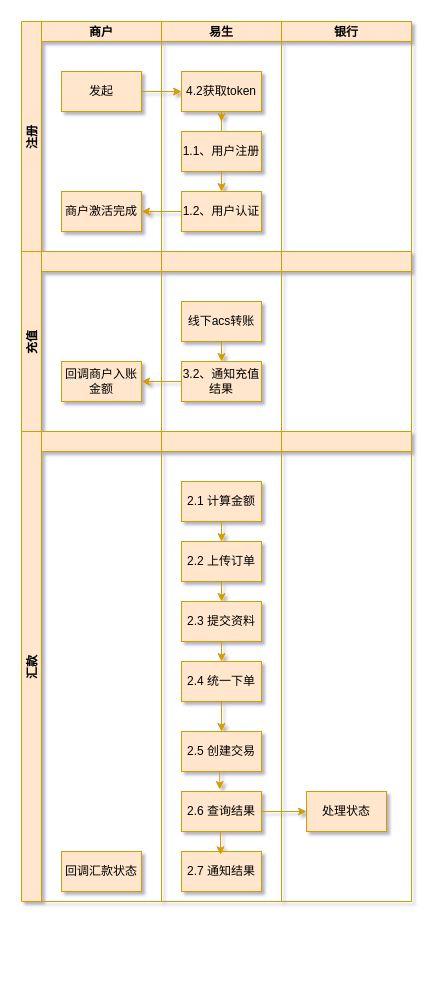
Before: 购付汇业务流程.drawio in gao888888/bolg, a draw.io diagram. Source tidied: cells renumbered, new cells numbered last; positions are measured from the earlier drawing's top-left corner, leaving out a move shared by most shapes. Both pictures are drawn from the tidied source at 100%, with x=0, y=0 at pixel (21, 21).
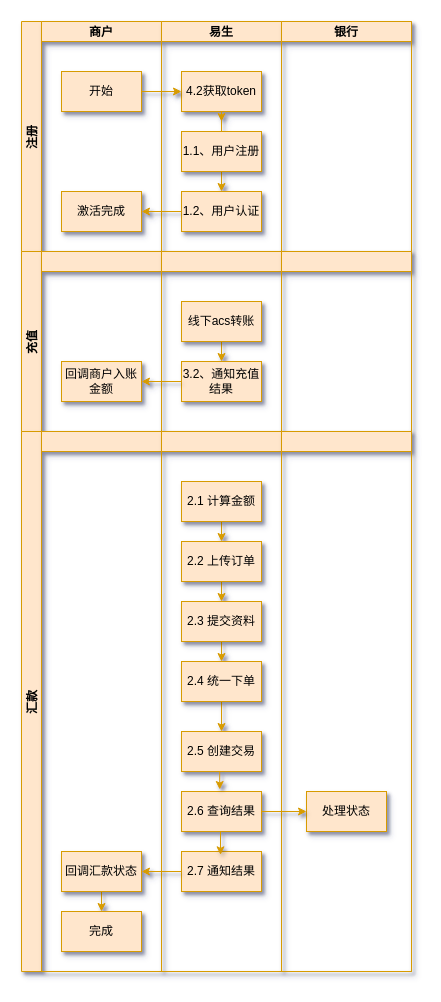
Above is the later version.

Commit message (it also covers changes not shown here):
更新购付汇业务流程.drawio

The edit, as a diff of the source:
```diff
@@
-    <mxCell id="2" value="注册" style="swimlane;startSize=20;horizontal=0;fillColor=#ffe6cc;strokeColor=#d79b00;" parent="1" vertex="1">
+    <mxCell id="2" value="注册" style="swimlane;startSize=20;horizontal=0;fillColor=#ffe6cc;strokeColor=#d79b00;shadow=1;" parent="1" vertex="1">
       <mxGeometry width="390" height="230" as="geometry" />
     </mxCell>
-    <mxCell id="3" value="商户" style="swimlane;startSize=20;fillColor=#ffe6cc;strokeColor=#d79b00;" parent="2" vertex="1">
+    <mxCell id="3" value="商户" style="swimlane;startSize=20;fillColor=#ffe6cc;strokeColor=#d79b00;shadow=1;" parent="2" vertex="1">
       <mxGeometry x="20" width="120" height="230" as="geometry" />
     </mxCell>
-    <mxCell id="4" value="发起" style="rounded=0;whiteSpace=wrap;html=1;fillColor=#ffe6cc;strokeColor=#d79b00;" parent="3" vertex="1">
+    <mxCell id="4" value="开始" style="rounded=0;whiteSpace=wrap;html=1;fillColor=#ffe6cc;strokeColor=#d79b00;shadow=1;" parent="3" vertex="1">
       <mxGeometry x="20" y="50" width="80" height="40" as="geometry" />
     </mxCell>
-    <mxCell id="5" value="商户激活完成" style="rounded=0;whiteSpace=wrap;html=1;fillColor=#ffe6cc;strokeColor=#d79b00;" parent="3" vertex="1">
+    <mxCell id="5" value="激活完成" style="rounded=0;whiteSpace=wrap;html=1;fillColor=#ffe6cc;strokeColor=#d79b00;shadow=1;" parent="3" vertex="1">
       <mxGeometry x="20" y="170" width="80" height="40" as="geometry" />
     </mxCell>
-    <mxCell id="6" value="易生" style="swimlane;startSize=20;fillColor=#ffe6cc;strokeColor=#d79b00;" parent="2" vertex="1">
+    <mxCell id="6" value="易生" style="swimlane;startSize=20;fillColor=#ffe6cc;strokeColor=#d79b00;shadow=1;" parent="2" vertex="1">
       <mxGeometry x="140" width="120" height="230" as="geometry" />
     </mxCell>
-    <mxCell id="7" value="4.2获取token" style="rounded=0;whiteSpace=wrap;html=1;fillColor=#ffe6cc;strokeColor=#d79b00;" parent="6" vertex="1">
+    <mxCell id="7" value="4.2获取token" style="rounded=0;whiteSpace=wrap;html=1;fillColor=#ffe6cc;strokeColor=#d79b00;shadow=1;" parent="6" vertex="1">
       <mxGeometry x="20" y="50" width="80" height="40" as="geometry" />
     </mxCell>
-    <mxCell id="8" style="edgeStyle=orthogonalEdgeStyle;rounded=0;jettySize=auto;html=1;fillColor=#ffe6cc;strokeColor=#d79b00;" parent="6" edge="1" source="10">
+    <mxCell id="8" style="edgeStyle=orthogonalEdgeStyle;rounded=0;jettySize=auto;html=1;fillColor=#ffe6cc;strokeColor=#d79b00;shadow=1;" parent="6" edge="1" source="10">
       <mxGeometry relative="1" as="geometry">
         <mxPoint x="60" y="100" as="targetPoint" />
       </mxGeometry>
     </mxCell>
-    <mxCell id="9" style="edgeStyle=orthogonalEdgeStyle;rounded=0;jettySize=auto;html=1;exitX=0.5;exitY=1;exitDx=0;exitDy=0;entryX=0.5;entryY=0;entryDx=0;entryDy=0;fillColor=#ffe6cc;strokeColor=#d79b00;" parent="6" edge="1" source="10" target="11">
+    <mxCell id="9" style="edgeStyle=orthogonalEdgeStyle;rounded=0;jettySize=auto;html=1;exitX=0.5;exitY=1;exitDx=0;exitDy=0;entryX=0.5;entryY=0;entryDx=0;entryDy=0;fillColor=#ffe6cc;strokeColor=#d79b00;shadow=1;" parent="6" edge="1" source="10" target="11">
       <mxGeometry relative="1" as="geometry" />
     </mxCell>
-    <mxCell id="10" value="1.1、用户注册" style="rounded=0;whiteSpace=wrap;html=1;fillColor=#ffe6cc;strokeColor=#d79b00;" parent="6" vertex="1">
+    <mxCell id="10" value="1.1、用户注册" style="rounded=0;whiteSpace=wrap;html=1;fillColor=#ffe6cc;strokeColor=#d79b00;shadow=1;" parent="6" vertex="1">
       <mxGeometry x="20" y="110" width="80" height="40" as="geometry" />
     </mxCell>
-    <mxCell id="11" value="1.2、用户认证" style="rounded=0;whiteSpace=wrap;html=1;fillColor=#ffe6cc;strokeColor=#d79b00;" parent="6" vertex="1">
+    <mxCell id="11" value="1.2、用户认证" style="rounded=0;whiteSpace=wrap;html=1;fillColor=#ffe6cc;strokeColor=#d79b00;shadow=1;" parent="6" vertex="1">
       <mxGeometry x="20" y="170" width="80" height="40" as="geometry" />
     </mxCell>
-    <mxCell id="12" value="银行" style="swimlane;startSize=20;fillColor=#ffe6cc;strokeColor=#d79b00;" parent="2" vertex="1">
+    <mxCell id="12" value="银行" style="swimlane;startSize=20;fillColor=#ffe6cc;strokeColor=#d79b00;shadow=1;" parent="2" vertex="1">
       <mxGeometry x="260" width="130" height="230" as="geometry" />
     </mxCell>
-    <mxCell id="13" style="edgeStyle=orthogonalEdgeStyle;rounded=0;jettySize=auto;html=1;fillColor=#ffe6cc;strokeColor=#d79b00;" parent="2" edge="1" source="4" target="7">
+    <mxCell id="13" style="edgeStyle=orthogonalEdgeStyle;rounded=0;jettySize=auto;html=1;fillColor=#ffe6cc;strokeColor=#d79b00;shadow=1;" parent="2" edge="1" source="4" target="7">
       <mxGeometry relative="1" as="geometry" />
     </mxCell>
-    <mxCell id="14" style="edgeStyle=orthogonalEdgeStyle;rounded=0;jettySize=auto;html=1;fillColor=#ffe6cc;strokeColor=#d79b00;" parent="2" edge="1" source="11" target="5">
+    <mxCell id="14" style="edgeStyle=orthogonalEdgeStyle;rounded=0;jettySize=auto;html=1;fillColor=#ffe6cc;strokeColor=#d79b00;shadow=1;" parent="2" edge="1" source="11" target="5">
       <mxGeometry relative="1" as="geometry" />
     </mxCell>
-    <mxCell id="15" value="充值" style="swimlane;startSize=20;horizontal=0;fillColor=#ffe6cc;strokeColor=#d79b00;" parent="1" vertex="1">
+    <mxCell id="15" value="充值" style="swimlane;startSize=20;horizontal=0;fillColor=#ffe6cc;strokeColor=#d79b00;shadow=1;" parent="1" vertex="1">
       <mxGeometry y="230" width="390" height="180" as="geometry" />
     </mxCell>
-    <mxCell id="16" style="swimlane;startSize=20;fillColor=#ffe6cc;strokeColor=#d79b00;" parent="15" vertex="1">
+    <mxCell id="16" style="swimlane;startSize=20;fillColor=#ffe6cc;strokeColor=#d79b00;shadow=1;" parent="15" vertex="1">
       <mxGeometry x="20" width="120" height="180" as="geometry" />
     </mxCell>
-    <mxCell id="17" value="回调商户入账金额" style="rounded=0;whiteSpace=wrap;html=1;fillColor=#ffe6cc;strokeColor=#d79b00;" parent="16" vertex="1">
+    <mxCell id="17" value="回调商户入账金额" style="rounded=0;whiteSpace=wrap;html=1;fillColor=#ffe6cc;strokeColor=#d79b00;shadow=1;" parent="16" vertex="1">
       <mxGeometry x="20" y="110" width="80" height="40" as="geometry" />
     </mxCell>
-    <mxCell id="18" style="swimlane;startSize=20;fillColor=#ffe6cc;strokeColor=#d79b00;" parent="15" vertex="1">
+    <mxCell id="18" style="swimlane;startSize=20;fillColor=#ffe6cc;strokeColor=#d79b00;shadow=1;" parent="15" vertex="1">
       <mxGeometry x="140" width="120" height="180" as="geometry" />
     </mxCell>
-    <mxCell id="19" style="edgeStyle=orthogonalEdgeStyle;rounded=0;jettySize=auto;html=1;exitX=0.5;exitY=1;exitDx=0;exitDy=0;entryX=0.5;entryY=0;entryDx=0;entryDy=0;fillColor=#ffe6cc;strokeColor=#d79b00;" parent="18" edge="1" source="20" target="21">
+    <mxCell id="19" style="edgeStyle=orthogonalEdgeStyle;rounded=0;jettySize=auto;html=1;exitX=0.5;exitY=1;exitDx=0;exitDy=0;entryX=0.5;entryY=0;entryDx=0;entryDy=0;fillColor=#ffe6cc;strokeColor=#d79b00;shadow=1;" parent="18" edge="1" source="20" target="21">
       <mxGeometry relative="1" as="geometry" />
     </mxCell>
-    <mxCell id="20" value="线下acs转账" style="rounded=0;whiteSpace=wrap;html=1;fillColor=#ffe6cc;strokeColor=#d79b00;" parent="18" vertex="1">
+    <mxCell id="20" value="线下acs转账" style="rounded=0;whiteSpace=wrap;html=1;fillColor=#ffe6cc;strokeColor=#d79b00;shadow=1;" parent="18" vertex="1">
       <mxGeometry x="20" y="50" width="80" height="40" as="geometry" />
     </mxCell>
-    <mxCell id="21" value="3.2、通知充值结果" style="rounded=0;whiteSpace=wrap;html=1;fillColor=#ffe6cc;strokeColor=#d79b00;" parent="18" vertex="1">
+    <mxCell id="21" value="3.2、通知充值结果" style="rounded=0;whiteSpace=wrap;html=1;fillColor=#ffe6cc;strokeColor=#d79b00;shadow=1;" parent="18" vertex="1">
       <mxGeometry x="20" y="110" width="80" height="40" as="geometry" />
     </mxCell>
-    <mxCell id="22" style="swimlane;startSize=20;fillColor=#ffe6cc;strokeColor=#d79b00;" parent="15" vertex="1">
+    <mxCell id="22" style="swimlane;startSize=20;fillColor=#ffe6cc;strokeColor=#d79b00;shadow=1;" parent="15" vertex="1">
       <mxGeometry x="260" width="130" height="180" as="geometry" />
     </mxCell>
-    <mxCell id="23" style="edgeStyle=orthogonalEdgeStyle;rounded=0;jettySize=auto;html=1;fillColor=#ffe6cc;strokeColor=#d79b00;" parent="15" edge="1" source="21" target="17">
+    <mxCell id="23" style="edgeStyle=orthogonalEdgeStyle;rounded=0;jettySize=auto;html=1;fillColor=#ffe6cc;strokeColor=#d79b00;shadow=1;" parent="15" edge="1" source="21" target="17">
       <mxGeometry relative="1" as="geometry" />
     </mxCell>
-    <mxCell id="24" value="汇款" style="swimlane;startSize=20;horizontal=0;fillColor=#ffe6cc;strokeColor=#d79b00;" parent="1" vertex="1">
-      <mxGeometry y="410" width="390" height="470" as="geometry" />
+    <mxCell id="24" value="汇款" style="swimlane;startSize=20;horizontal=0;fillColor=#ffe6cc;strokeColor=#d79b00;shadow=1;" parent="1" vertex="1">
+      <mxGeometry y="410" width="390" height="540" as="geometry" />
     </mxCell>
-    <mxCell id="25" style="swimlane;startSize=20;fillColor=#ffe6cc;strokeColor=#d79b00;" parent="24" vertex="1">
-      <mxGeometry x="20" width="120" height="470" as="geometry" />
+    <mxCell id="25" style="swimlane;startSize=20;fillColor=#ffe6cc;strokeColor=#d79b00;shadow=1;" parent="24" vertex="1">
+      <mxGeometry x="20" width="120" height="540" as="geometry" />
     </mxCell>
+    <mxCell id="44" style="edgeStyle=orthogonalEdgeStyle;rounded=0;jettySize=auto;html=1;exitX=0.5;exitY=1;exitDx=0;exitDy=0;entryX=0.5;entryY=0;entryDx=0;entryDy=0;fillColor=#ffe6cc;strokeColor=#d79b00;shadow=1;" parent="25" edge="1" source="26" target="45">
+      <mxGeometry relative="1" as="geometry" />
+    </mxCell>
-    <mxCell id="26" value="回调汇款状态" style="rounded=0;whiteSpace=wrap;html=1;fillColor=#ffe6cc;strokeColor=#d79b00;" parent="25" vertex="1">
+    <mxCell id="26" value="回调汇款状态" style="rounded=0;whiteSpace=wrap;html=1;fillColor=#ffe6cc;strokeColor=#d79b00;shadow=1;" parent="25" vertex="1">
       <mxGeometry x="20" y="420" width="80" height="40" as="geometry" />
     </mxCell>
+    <mxCell id="45" value="完成" style="rounded=0;whiteSpace=wrap;html=1;fillColor=#ffe6cc;strokeColor=#d79b00;shadow=1;" parent="25" vertex="1">
+      <mxGeometry x="20" y="480" width="80" height="40" as="geometry" />
+    </mxCell>
+    <mxCell id="46" style="edgeStyle=orthogonalEdgeStyle;rounded=0;orthogonalLoop=1;jettySize=auto;html=1;exitX=0.5;exitY=1;exitDx=0;exitDy=0;fillColor=#ffe6cc;strokeColor=#d79b00;shadow=1;" parent="25" edge="1" source="45" target="45">
+      <mxGeometry relative="1" as="geometry" />
+    </mxCell>
-    <mxCell id="27" style="swimlane;startSize=20;fillColor=#ffe6cc;strokeColor=#d79b00;" parent="24" vertex="1">
-      <mxGeometry x="140" width="120" height="470" as="geometry" />
+    <mxCell id="27" style="swimlane;startSize=20;fillColor=#ffe6cc;strokeColor=#d79b00;shadow=1;" parent="24" vertex="1">
+      <mxGeometry x="140" width="120" height="540" as="geometry" />
     </mxCell>
-    <mxCell id="28" style="edgeStyle=orthogonalEdgeStyle;rounded=0;jettySize=auto;html=1;exitX=0.5;exitY=1;exitDx=0;exitDy=0;entryX=0.5;entryY=0;entryDx=0;entryDy=0;fillColor=#ffe6cc;strokeColor=#d79b00;" parent="27" edge="1" source="29" target="31">
+    <mxCell id="28" style="edgeStyle=orthogonalEdgeStyle;rounded=0;jettySize=auto;html=1;exitX=0.5;exitY=1;exitDx=0;exitDy=0;entryX=0.5;entryY=0;entryDx=0;entryDy=0;fillColor=#ffe6cc;strokeColor=#d79b00;shadow=1;" parent="27" edge="1" source="29" target="31">
       <mxGeometry relative="1" as="geometry" />
     </mxCell>
-    <mxCell id="29" value="2.1 计算金额" style="rounded=0;whiteSpace=wrap;html=1;fillColor=#ffe6cc;strokeColor=#d79b00;" parent="27" vertex="1">
+    <mxCell id="29" value="2.1 计算金额" style="rounded=0;whiteSpace=wrap;html=1;fillColor=#ffe6cc;strokeColor=#d79b00;shadow=1;" parent="27" vertex="1">
       <mxGeometry x="20" y="50" width="80" height="40" as="geometry" />
     </mxCell>
-    <mxCell id="30" style="edgeStyle=orthogonalEdgeStyle;rounded=0;jettySize=auto;html=1;exitX=0.5;exitY=1;exitDx=0;exitDy=0;entryX=0.5;entryY=0;entryDx=0;entryDy=0;fillColor=#ffe6cc;strokeColor=#d79b00;" parent="27" edge="1" source="31" target="33">
+    <mxCell id="30" style="edgeStyle=orthogonalEdgeStyle;rounded=0;jettySize=auto;html=1;exitX=0.5;exitY=1;exitDx=0;exitDy=0;entryX=0.5;entryY=0;entryDx=0;entryDy=0;fillColor=#ffe6cc;strokeColor=#d79b00;shadow=1;" parent="27" edge="1" source="31" target="33">
       <mxGeometry relative="1" as="geometry" />
     </mxCell>
-    <mxCell id="31" value="2.2 上传订单" style="rounded=0;whiteSpace=wrap;html=1;fillColor=#ffe6cc;strokeColor=#d79b00;" parent="27" vertex="1">
+    <mxCell id="31" value="2.2 上传订单" style="rounded=0;whiteSpace=wrap;html=1;fillColor=#ffe6cc;strokeColor=#d79b00;shadow=1;" parent="27" vertex="1">
       <mxGeometry x="20" y="110" width="80" height="40" as="geometry" />
     </mxCell>
-    <mxCell id="32" style="edgeStyle=orthogonalEdgeStyle;rounded=0;jettySize=auto;html=1;exitX=0.5;exitY=1;exitDx=0;exitDy=0;entryX=0.5;entryY=0;entryDx=0;entryDy=0;fillColor=#ffe6cc;strokeColor=#d79b00;" parent="27" edge="1" source="33" target="35">
+    <mxCell id="32" style="edgeStyle=orthogonalEdgeStyle;rounded=0;jettySize=auto;html=1;exitX=0.5;exitY=1;exitDx=0;exitDy=0;entryX=0.5;entryY=0;entryDx=0;entryDy=0;fillColor=#ffe6cc;strokeColor=#d79b00;shadow=1;" parent="27" edge="1" source="33" target="35">
       <mxGeometry relative="1" as="geometry" />
     </mxCell>
-    <mxCell id="33" value="2.3 提交资料" style="rounded=0;whiteSpace=wrap;html=1;fillColor=#ffe6cc;strokeColor=#d79b00;" parent="27" vertex="1">
+    <mxCell id="33" value="2.3 提交资料" style="rounded=0;whiteSpace=wrap;html=1;fillColor=#ffe6cc;strokeColor=#d79b00;shadow=1;" parent="27" vertex="1">
       <mxGeometry x="20" y="170" width="80" height="40" as="geometry" />
     </mxCell>
-    <mxCell id="34" style="edgeStyle=orthogonalEdgeStyle;rounded=0;jettySize=auto;html=1;exitX=0.5;exitY=1;exitDx=0;exitDy=0;entryX=0.5;entryY=0;entryDx=0;entryDy=0;fillColor=#ffe6cc;strokeColor=#d79b00;" parent="27" edge="1" source="35">
+    <mxCell id="34" style="edgeStyle=orthogonalEdgeStyle;rounded=0;jettySize=auto;html=1;exitX=0.5;exitY=1;exitDx=0;exitDy=0;entryX=0.5;entryY=0;entryDx=0;entryDy=0;fillColor=#ffe6cc;strokeColor=#d79b00;shadow=1;" parent="27" edge="1" source="35">
       <mxGeometry relative="1" as="geometry">
         <mxPoint x="60" y="300" as="targetPoint" />
       </mxGeometry>
     </mxCell>
-    <mxCell id="35" value="2.4 统一下单" style="rounded=0;whiteSpace=wrap;html=1;fillColor=#ffe6cc;strokeColor=#d79b00;" parent="27" vertex="1">
+    <mxCell id="35" value="2.4 统一下单" style="rounded=0;whiteSpace=wrap;html=1;fillColor=#ffe6cc;strokeColor=#d79b00;shadow=1;" parent="27" vertex="1">
       <mxGeometry x="20" y="230" width="80" height="40" as="geometry" />
     </mxCell>
-    <mxCell id="36" value="2.5 创建交易" style="rounded=0;whiteSpace=wrap;html=1;fillColor=#ffe6cc;strokeColor=#d79b00;" parent="27" vertex="1">
+    <mxCell id="36" value="2.5 创建交易" style="rounded=0;whiteSpace=wrap;html=1;fillColor=#ffe6cc;strokeColor=#d79b00;shadow=1;" parent="27" vertex="1">
       <mxGeometry x="20" y="300" width="80" height="40" as="geometry" />
     </mxCell>
-    <mxCell id="37" value="2.6 查询结果" style="rounded=0;whiteSpace=wrap;html=1;fillColor=#ffe6cc;strokeColor=#d79b00;" parent="27" vertex="1">
+    <mxCell id="37" value="2.6 查询结果" style="rounded=0;whiteSpace=wrap;html=1;fillColor=#ffe6cc;strokeColor=#d79b00;shadow=1;" parent="27" vertex="1">
       <mxGeometry x="20" y="360" width="80" height="40" as="geometry" />
     </mxCell>
-    <mxCell id="38" style="edgeStyle=orthogonalEdgeStyle;rounded=0;jettySize=auto;html=1;exitX=0.5;exitY=1;exitDx=0;exitDy=0;entryX=0.478;entryY=-0.05;entryDx=0;entryDy=0;entryPerimeter=0;fillColor=#ffe6cc;strokeColor=#d79b00;" parent="27" edge="1" source="36" target="37">
+    <mxCell id="38" style="edgeStyle=orthogonalEdgeStyle;rounded=0;jettySize=auto;html=1;exitX=0.5;exitY=1;exitDx=0;exitDy=0;entryX=0.478;entryY=-0.05;entryDx=0;entryDy=0;entryPerimeter=0;fillColor=#ffe6cc;strokeColor=#d79b00;shadow=1;" parent="27" edge="1" source="36" target="37">
       <mxGeometry relative="1" as="geometry" />
     </mxCell>
-    <mxCell id="39" value="2.7 通知结果" style="rounded=0;whiteSpace=wrap;html=1;fillColor=#ffe6cc;strokeColor=#d79b00;" parent="27" vertex="1">
+    <mxCell id="39" value="2.7 通知结果" style="rounded=0;whiteSpace=wrap;html=1;fillColor=#ffe6cc;strokeColor=#d79b00;shadow=1;" parent="27" vertex="1">
       <mxGeometry x="20" y="420" width="80" height="40" as="geometry" />
     </mxCell>
-    <mxCell id="40" style="edgeStyle=orthogonalEdgeStyle;rounded=0;jettySize=auto;html=1;exitX=0.5;exitY=1;exitDx=0;exitDy=0;entryX=0.488;entryY=0.083;entryDx=0;entryDy=0;entryPerimeter=0;fillColor=#ffe6cc;strokeColor=#d79b00;" parent="27" edge="1" source="37" target="39">
+    <mxCell id="40" style="edgeStyle=orthogonalEdgeStyle;rounded=0;jettySize=auto;html=1;exitX=0.5;exitY=1;exitDx=0;exitDy=0;entryX=0.488;entryY=0.083;entryDx=0;entryDy=0;entryPerimeter=0;fillColor=#ffe6cc;strokeColor=#d79b00;shadow=1;" parent="27" edge="1" source="37" target="39">
       <mxGeometry relative="1" as="geometry" />
     </mxCell>
-    <mxCell id="41" style="swimlane;startSize=20;fillColor=#ffe6cc;strokeColor=#d79b00;" parent="24" vertex="1">
-      <mxGeometry x="260" width="130" height="470" as="geometry" />
+    <mxCell id="41" style="swimlane;startSize=20;fillColor=#ffe6cc;strokeColor=#d79b00;shadow=1;" parent="24" vertex="1">
+      <mxGeometry x="260" width="130" height="540" as="geometry" />
     </mxCell>
-    <mxCell id="42" value="处理状态" style="rounded=0;whiteSpace=wrap;html=1;fillColor=#ffe6cc;strokeColor=#d79b00;" parent="41" vertex="1">
+    <mxCell id="42" value="处理状态" style="rounded=0;whiteSpace=wrap;html=1;fillColor=#ffe6cc;strokeColor=#d79b00;shadow=1;" parent="41" vertex="1">
       <mxGeometry x="25" y="360" width="80" height="40" as="geometry" />
     </mxCell>
-    <mxCell id="43" style="edgeStyle=orthogonalEdgeStyle;rounded=0;jettySize=auto;html=1;fillColor=#ffe6cc;strokeColor=#d79b00;" parent="24" edge="1" source="37" target="42">
+    <mxCell id="43" style="edgeStyle=orthogonalEdgeStyle;rounded=0;jettySize=auto;html=1;fillColor=#ffe6cc;strokeColor=#d79b00;shadow=1;" parent="24" edge="1" source="37" target="42">
       <mxGeometry relative="1" as="geometry" />
     </mxCell>
+    <mxCell id="47" style="edgeStyle=orthogonalEdgeStyle;rounded=0;jettySize=auto;html=1;exitX=0;exitY=0.5;exitDx=0;exitDy=0;fillColor=#ffe6cc;strokeColor=#d79b00;shadow=1;" parent="24" edge="1" source="39" target="26">
+      <mxGeometry relative="1" as="geometry" />
+    </mxCell>
```
